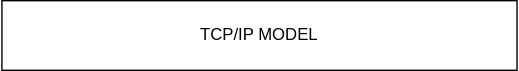
Above: TCP/IP Model.drawio.svg in chloe-valentine/network-diagrams (draw.io), before the change. Source tidied: cells renumbered, new cells last; positions are measured from the earlier drawing's top-left corner, leaving out a move shared by most shapes.
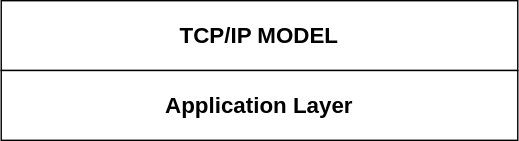
Later version of the same file.

The edit, as a diff of the source:
```diff
@@ -2,8 +2,11 @@
   <root>
     <mxCell id="0" />
     <mxCell id="1" parent="0" />
-    <mxCell id="2" value="TCP/IP MODEL" style="rounded=0;whiteSpace=wrap;html=1;" parent="1" vertex="1">
+    <mxCell id="2" value="&lt;font style=&quot;font-size: 16px;&quot;&gt;&lt;b&gt;TCP/IP MODEL&lt;/b&gt;&lt;/font&gt;" style="rounded=0;whiteSpace=wrap;html=1;" parent="1" vertex="1">
       <mxGeometry width="370" height="50" as="geometry" />
     </mxCell>
+    <mxCell id="3" value="&lt;span style=&quot;font-size: 16px;&quot;&gt;&lt;b&gt;Application Layer&lt;/b&gt;&lt;/span&gt;" style="rounded=0;whiteSpace=wrap;html=1;" parent="1" vertex="1">
+      <mxGeometry y="50" width="370" height="50" as="geometry" />
+    </mxCell>
   </root>
 </mxGraphModel>
```
